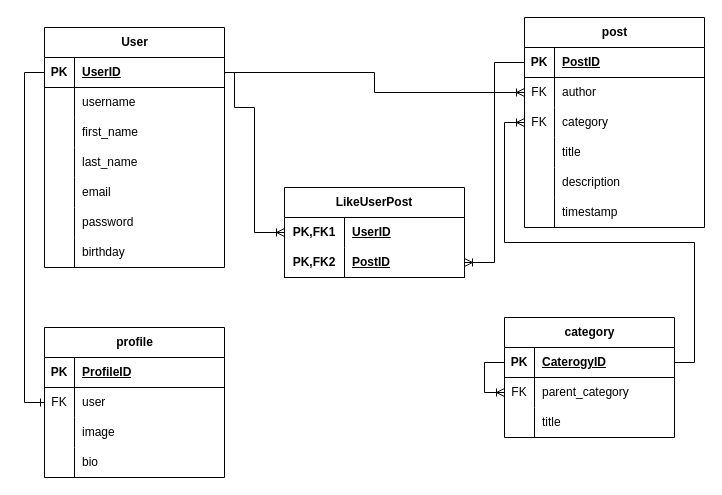
Above: Untitled Diagram.drawio in HoutanTV/Django-classes-BrandAfraz-1 (draw.io), before the change. Source tidied: cells renumbered, new cells numbered last; positions are measured from the earlier drawing's top-left corner, leaving out a move shared by most shapes. Both pictures are drawn from the tidied source at 100%, with x=0, y=0 at pixel (44, 17).
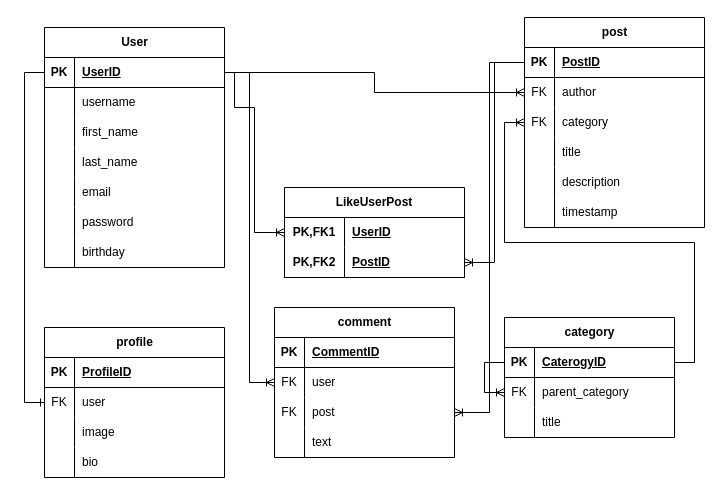
The same diagram, later.

Unchanged cells that the change refers to:
```xml
<mxCell id="4" style="shape=tableRow;horizontal=0;startSize=0;swimlaneHead=0;swimlaneBody=0;fillColor=none;points=[[0,0.5],[1,0.5]];portConstraint=eastwest;top=0;left=0;right=0;bottom=1;" parent="3" vertex="1">
  <mxGeometry y="30" width="180" height="30" as="geometry" />
</mxCell>
<mxCell id="26" style="shape=tableRow;horizontal=0;startSize=0;swimlaneHead=0;swimlaneBody=0;fillColor=none;points=[[0,0.5],[1,0.5]];portConstraint=eastwest;top=0;left=0;right=0;bottom=1;" parent="25" vertex="1">
  <mxGeometry y="30" width="180" height="30" as="geometry" />
</mxCell>
```

The edit, as a diff of the source:
```diff
@@
+    <mxCell id="79" value="comment" style="shape=table;startSize=30;childLayout=tableLayout;rowLines=0;fontStyle=1;align=center;html=1;" parent="1" vertex="1">
+      <mxGeometry x="230" y="290" width="180" height="150" as="geometry" />
+    </mxCell>
+    <mxCell id="80" style="shape=tableRow;horizontal=0;startSize=0;swimlaneHead=0;swimlaneBody=0;fillColor=none;top=0;left=0;right=0;bottom=1;" parent="79" vertex="1">
+      <mxGeometry y="30" width="180" height="30" as="geometry" />
+    </mxCell>
+    <mxCell id="81" value="PK" style="shape=partialRectangle;fillColor=none;top=0;left=0;bottom=0;right=0;fontStyle=1;overflow=hidden;whiteSpace=wrap;html=1;" parent="80" vertex="1">
+      <mxGeometry width="30" height="30" as="geometry" />
+    </mxCell>
+    <mxCell id="82" value="CommentID" style="shape=partialRectangle;fillColor=none;top=0;left=0;bottom=0;right=0;align=left;spacingLeft=6;fontStyle=5;overflow=hidden;whiteSpace=wrap;html=1;" parent="80" vertex="1">
+      <mxGeometry x="30" width="150" height="30" as="geometry" />
+    </mxCell>
+    <mxCell id="83" style="shape=tableRow;horizontal=0;startSize=0;swimlaneHead=0;swimlaneBody=0;fillColor=none;top=0;left=0;right=0;bottom=0;" parent="79" vertex="1">
+      <mxGeometry y="60" width="180" height="30" as="geometry" />
+    </mxCell>
+    <mxCell id="84" value="FK" style="shape=partialRectangle;fillColor=none;top=0;left=0;bottom=0;right=0;overflow=hidden;whiteSpace=wrap;html=1;" parent="83" vertex="1">
+      <mxGeometry width="30" height="30" as="geometry" />
+    </mxCell>
+    <mxCell id="85" value="user" style="shape=partialRectangle;fillColor=none;top=0;left=0;bottom=0;right=0;align=left;spacingLeft=6;overflow=hidden;whiteSpace=wrap;html=1;" parent="83" vertex="1">
+      <mxGeometry x="30" width="150" height="30" as="geometry" />
+    </mxCell>
+    <mxCell id="86" style="shape=tableRow;horizontal=0;startSize=0;swimlaneHead=0;swimlaneBody=0;fillColor=none;points=[[0,0.5],[1,0.5]];portConstraint=eastwest;top=0;left=0;right=0;bottom=0;" parent="79" vertex="1">
+      <mxGeometry y="90" width="180" height="30" as="geometry" />
+    </mxCell>
+    <mxCell id="87" value="FK" style="shape=partialRectangle;fillColor=none;top=0;left=0;bottom=0;right=0;overflow=hidden;whiteSpace=wrap;html=1;" parent="86" vertex="1">
+      <mxGeometry width="30" height="30" as="geometry" />
+    </mxCell>
+    <mxCell id="88" value="post" style="shape=partialRectangle;fillColor=none;top=0;left=0;bottom=0;right=0;align=left;spacingLeft=6;overflow=hidden;whiteSpace=wrap;html=1;" parent="86" vertex="1">
+      <mxGeometry x="30" width="150" height="30" as="geometry" />
+    </mxCell>
+    <mxCell id="89" style="shape=tableRow;horizontal=0;startSize=0;swimlaneHead=0;swimlaneBody=0;fillColor=none;top=0;left=0;right=0;bottom=0;" parent="79" vertex="1">
+      <mxGeometry y="120" width="180" height="30" as="geometry" />
+    </mxCell>
+    <mxCell id="90" style="shape=partialRectangle;fillColor=none;top=0;left=0;bottom=0;right=0;overflow=hidden;whiteSpace=wrap;html=1;" parent="89" vertex="1">
+      <mxGeometry width="30" height="30" as="geometry" />
+    </mxCell>
+    <mxCell id="91" value="text" style="shape=partialRectangle;fillColor=none;top=0;left=0;bottom=0;right=0;align=left;spacingLeft=6;overflow=hidden;whiteSpace=wrap;html=1;" parent="89" vertex="1">
+      <mxGeometry x="30" width="150" height="30" as="geometry" />
+    </mxCell>
+    <mxCell id="92" style="edgeStyle=orthogonalEdgeStyle;rounded=0;jettySize=auto;html=1;exitX=1;exitY=0.5;exitDx=0;exitDy=0;entryX=0;entryY=0.5;entryDx=0;entryDy=0;endArrow=ERoneToMany;endFill=0;" parent="1" edge="1" source="4" target="79">
+      <mxGeometry relative="1" as="geometry" />
+    </mxCell>
+    <mxCell id="93" style="edgeStyle=orthogonalEdgeStyle;rounded=0;jettySize=auto;html=1;exitX=0;exitY=0.5;exitDx=0;exitDy=0;entryX=1;entryY=0.5;entryDx=0;entryDy=0;endArrow=ERoneToMany;endFill=0;" parent="1" edge="1" source="26" target="86">
+      <mxGeometry relative="1" as="geometry" />
+    </mxCell>
```
